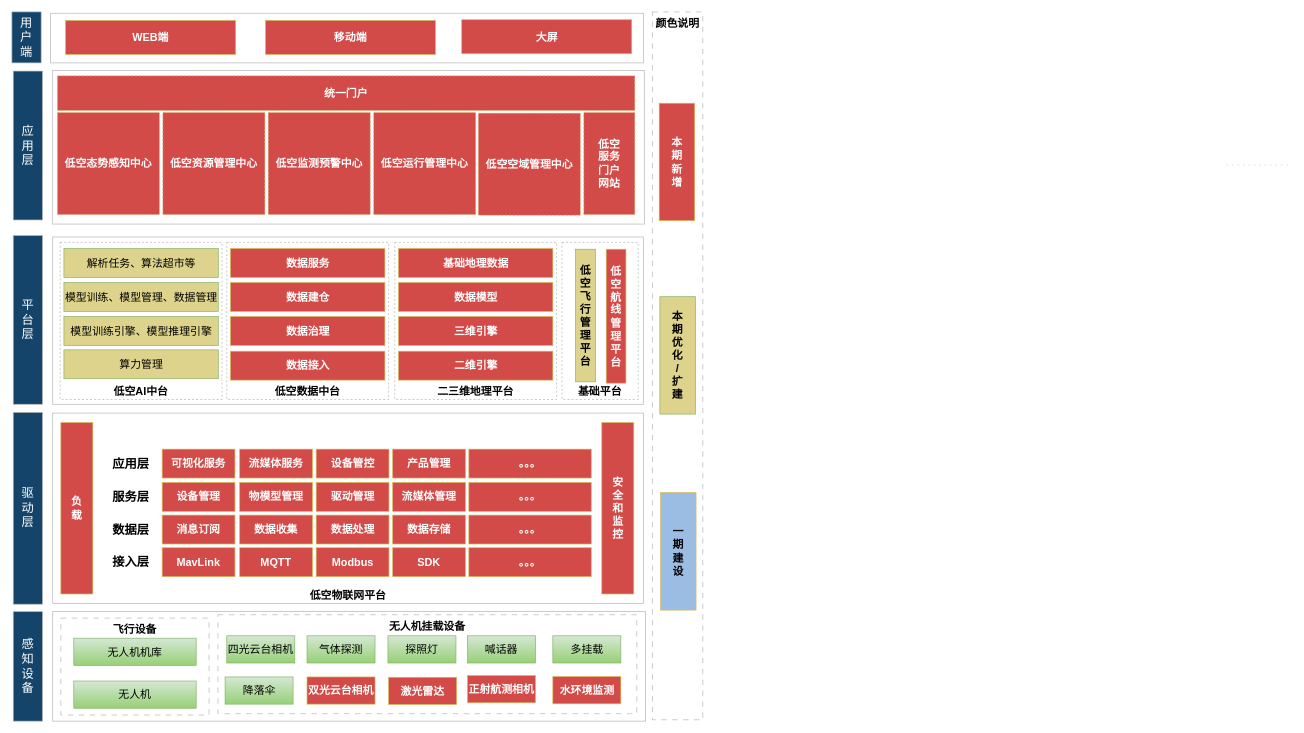
Above: page "应用架构-V3" (19 of 21) of donggao-20230703.drawio in yangchenyu/micro-service (draw.io), before the change. Source tidied: cells renumbered, new cells numbered last; positions are measured from the earlier drawing's top-left corner, leaving out a move shared by most shapes. Both pictures are drawn from the tidied source at 68%, with x=0, y=0 at pixel (12, 12).
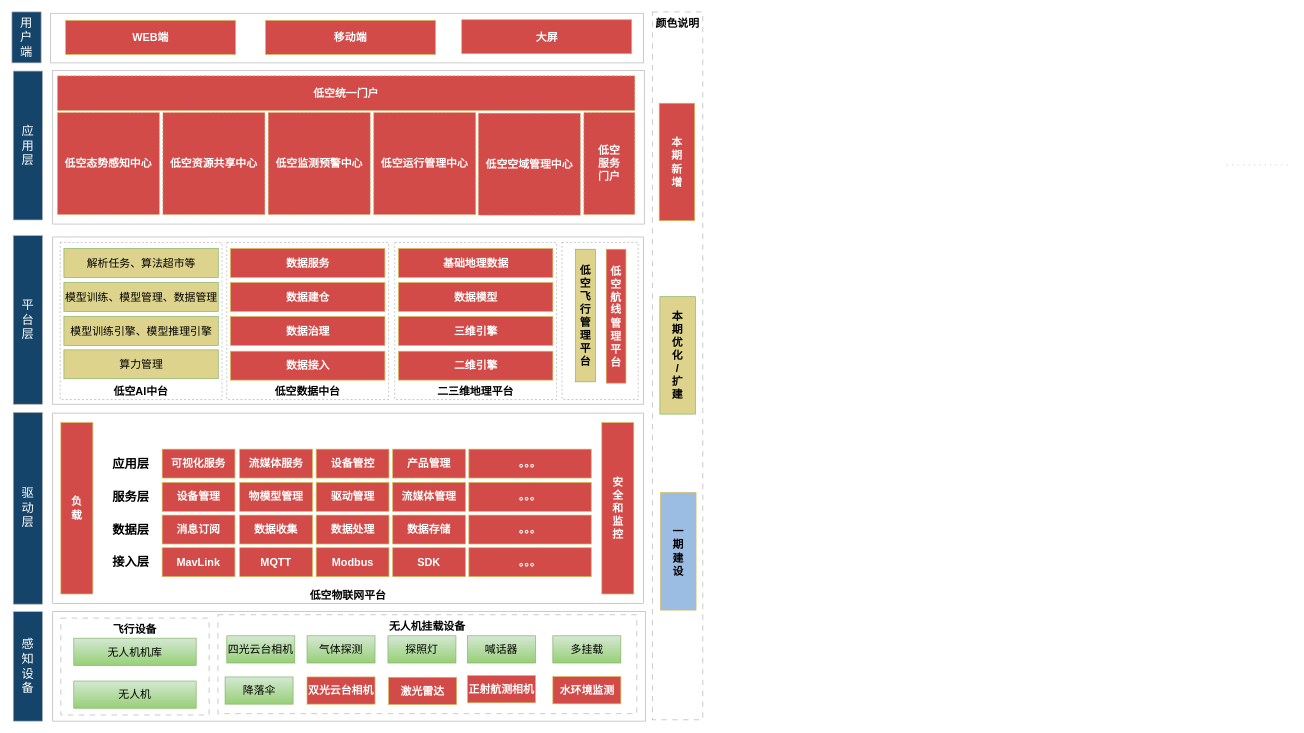
The same page after the edit.

Change to the diagram source:
```diff
@@
-    <mxCell id="3" value="基础平台" style="rounded=0;whiteSpace=wrap;html=1;opacity=30;verticalAlign=bottom;dashed=1;fontStyle=1;fontSize=16;" parent="1" vertex="1">
+    <mxCell id="3" style="rounded=0;whiteSpace=wrap;html=1;opacity=30;verticalAlign=bottom;dashed=1;fontStyle=1;fontSize=16;" parent="1" vertex="1">
       <mxGeometry x="809" y="339" width="112" height="231" as="geometry" />
     </mxCell>
@@
-    <mxCell id="25" value="低空资源管理中心" style="rounded=0;whiteSpace=wrap;html=1;verticalAlign=middle;dashed=1;fillColor=#d24b48;strokeColor=#d6b656;gradientColor=none;fontSize=16;fontColor=#FFFFFF;fontStyle=1;" parent="1" vertex="1">
+    <mxCell id="25" value="低空资源共享中心" style="rounded=0;whiteSpace=wrap;html=1;verticalAlign=middle;dashed=1;fillColor=#d24b48;strokeColor=#d6b656;gradientColor=none;fontSize=16;fontColor=#FFFFFF;fontStyle=1;" parent="1" vertex="1">
       <mxGeometry x="222" y="148" width="150" height="150" as="geometry" />
     </mxCell>
@@
-    <mxCell id="29" value="低空&lt;br&gt;服务&lt;br&gt;门户&lt;br&gt;网站" style="rounded=0;whiteSpace=wrap;html=1;verticalAlign=middle;dashed=1;fillColor=#d24b48;strokeColor=#d6b656;gradientColor=none;fontSize=16;fontColor=#FFFFFF;fontStyle=1;" parent="1" vertex="1">
+    <mxCell id="29" value="低空&lt;br&gt;服务&lt;br&gt;门户" style="rounded=0;whiteSpace=wrap;html=1;verticalAlign=middle;dashed=1;fillColor=#d24b48;strokeColor=#d6b656;gradientColor=none;fontSize=16;fontColor=#FFFFFF;fontStyle=1;" parent="1" vertex="1">
       <mxGeometry x="841" y="148" width="75" height="150" as="geometry" />
     </mxCell>
@@
-    <mxCell id="84" value="统一门户" style="rounded=0;whiteSpace=wrap;html=1;verticalAlign=middle;dashed=1;fillColor=#d24b48;strokeColor=#d6b656;gradientColor=none;fontSize=16;fontColor=#FFFFFF;fontStyle=1;" parent="1" vertex="1">
+    <mxCell id="84" value="低空统一门户" style="rounded=0;whiteSpace=wrap;html=1;verticalAlign=middle;dashed=1;fillColor=#d24b48;strokeColor=#d6b656;gradientColor=none;fontSize=16;fontColor=#FFFFFF;fontStyle=1;" parent="1" vertex="1">
       <mxGeometry x="67" y="94" width="849" height="51" as="geometry" />
     </mxCell>
```
